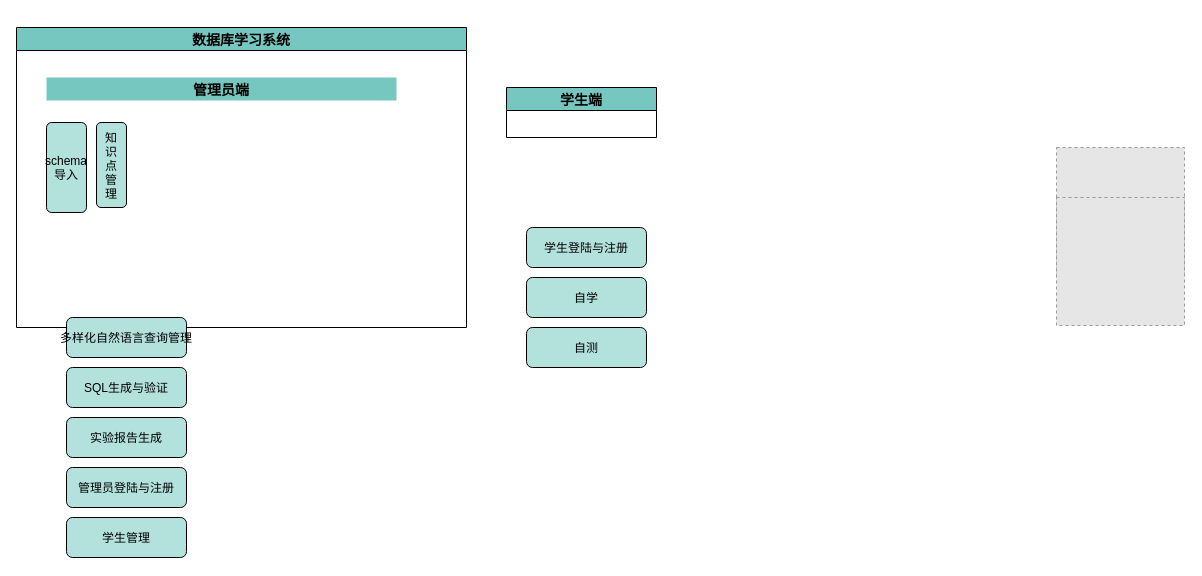
Before: draw/未命名绘图.drawio in White1943/sqlEduFB, a draw.io diagram. Source tidied: cells renumbered, new cells numbered last; positions are measured from the earlier drawing's top-left corner, leaving out a move shared by most shapes. Both pictures are drawn from the tidied source at 100%, with x=0, y=0 at pixel (16, 27). Pictures stored in the file or linked from it are replaced by grey dashed boxes.
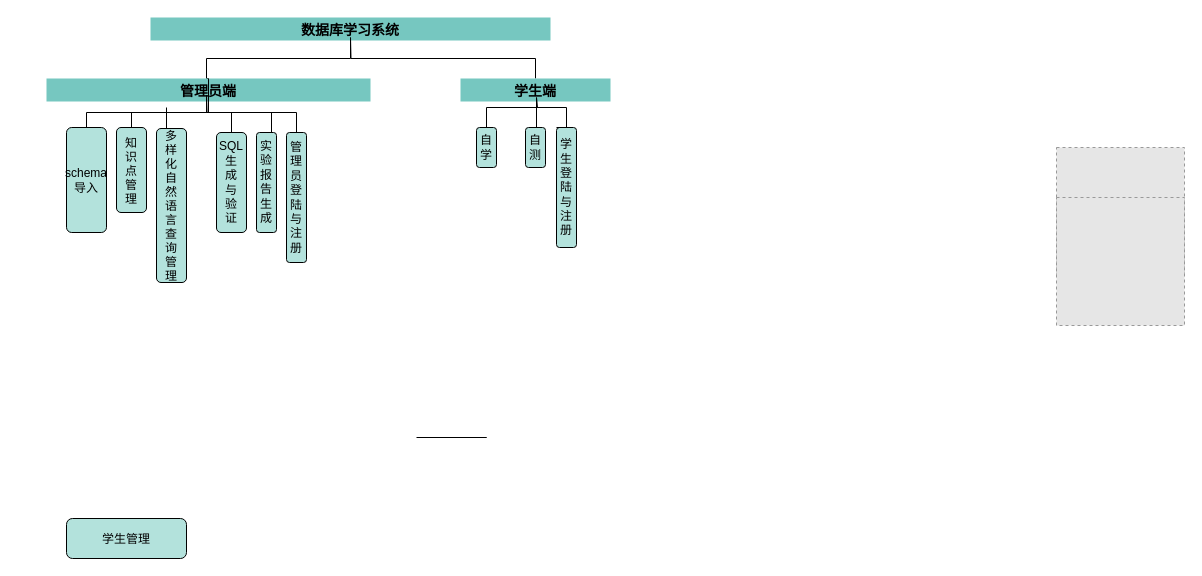
After the change.

Commit message:
更新未命名绘图.drawio

Change to the diagram source:
```diff
@@
-    <mxCell id="2" value="数据库学习系统" style="swimlane;fontSize=14;fillColor=#76c7c0;" parent="1" vertex="1">
-      <mxGeometry width="450" height="300" as="geometry" />
+    <mxCell id="2" value="数据库学习系统" style="swimlane;fontSize=14;fillColor=#76c7c0;strokeColor=none;" parent="1" vertex="1">
+      <mxGeometry x="134" y="-10" width="400" height="441" as="geometry" />
     </mxCell>
+    <mxCell id="17" style="edgeStyle=orthogonalEdgeStyle;rounded=0;jettySize=auto;html=1;exitX=0.5;exitY=0;exitDx=0;exitDy=0;endArrow=none;startFill=0;" parent="2" edge="1" source="3">
+      <mxGeometry relative="1" as="geometry">
+        <mxPoint x="200" y="20" as="targetPoint" />
+        <Array as="points">
+          <mxPoint x="56" y="61" />
+          <mxPoint x="56" y="41" />
+          <mxPoint x="200" y="41" />
+        </Array>
+      </mxGeometry>
+    </mxCell>
-    <mxCell id="3" value="管理员端" style="swimlane;fontSize=14;fillColor=#76c7c0;strokeColor=none;" parent="2" vertex="1">
-      <mxGeometry x="30" y="50" width="350" height="220" as="geometry" />
+    <mxCell id="3" value="管理员端" style="swimlane;fontSize=14;fillColor=#76c7c0;strokeColor=none;startSize=23;" parent="2" vertex="1">
+      <mxGeometry x="-104" y="61" width="324" height="380" as="geometry" />
     </mxCell>
+    <mxCell id="18" style="edgeStyle=orthogonalEdgeStyle;rounded=0;jettySize=auto;html=1;exitX=0.5;exitY=0;exitDx=0;exitDy=0;endArrow=none;endFill=1;startFill=0;" parent="3" edge="1" source="4">
+      <mxGeometry relative="1" as="geometry">
+        <mxPoint x="120" y="29" as="targetPoint" />
+      </mxGeometry>
+    </mxCell>
-    <mxCell id="4" value="多样化自然语言查询管理" style="rounded=1;fillColor=#b3e2dc;" parent="3" vertex="1">
-      <mxGeometry x="20" y="240" width="120" height="40" as="geometry" />
+    <mxCell id="4" value="多&#10;样&#10;化&#10;自&#10;然&#10;语&#10;言&#10;查&#10;询&#10;管&#10;理" style="rounded=1;fillColor=#b3e2dc;" parent="3" vertex="1">
+      <mxGeometry x="110" y="50" width="30" height="154" as="geometry" />
     </mxCell>
+    <mxCell id="19" style="edgeStyle=orthogonalEdgeStyle;rounded=0;jettySize=auto;html=1;exitX=0.5;exitY=0;exitDx=0;exitDy=0;endArrow=none;startFill=0;" parent="3" edge="1" source="5">
+      <mxGeometry relative="1" as="geometry">
+        <mxPoint x="160" y="16.5" as="targetPoint" />
+      </mxGeometry>
+    </mxCell>
-    <mxCell id="5" value="SQL生成与验证" style="rounded=1;fillColor=#b3e2dc;" parent="3" vertex="1">
-      <mxGeometry x="20" y="290" width="120" height="40" as="geometry" />
+    <mxCell id="5" value="SQL&#10;生&#10;成&#10;与&#10;验&#10;证" style="rounded=1;fillColor=#b3e2dc;labelPosition=center;verticalLabelPosition=middle;align=center;verticalAlign=middle;horizontal=1;whiteSpace=wrap;" parent="3" vertex="1">
+      <mxGeometry x="170" y="54" width="30" height="100" as="geometry" />
     </mxCell>
-    <mxCell id="6" value="实验报告生成" style="rounded=1;fillColor=#b3e2dc;" parent="3" vertex="1">
-      <mxGeometry x="20" y="340" width="120" height="40" as="geometry" />
+    <mxCell id="6" value="实&#10;验报告生成" style="rounded=1;fillColor=#b3e2dc;labelPosition=center;verticalLabelPosition=middle;align=center;verticalAlign=top;whiteSpace=wrap;textDirection=ltr;" parent="3" vertex="1">
+      <mxGeometry x="210" y="54" width="20" height="100" as="geometry" />
     </mxCell>
+    <mxCell id="8" value="学生管理" style="rounded=1;fillColor=#b3e2dc;" parent="3" vertex="1">
+      <mxGeometry x="20" y="440" width="120" height="40" as="geometry" />
+    </mxCell>
+    <mxCell id="20" style="rounded=0;jettySize=auto;html=1;exitX=0.5;exitY=0;exitDx=0;exitDy=0;startArrow=none;startFill=0;endArrow=none;edgeStyle=elbowEdgeStyle;elbow=vertical;curved=0;" parent="3" edge="1" source="9">
+      <mxGeometry relative="1" as="geometry">
+        <mxPoint x="160" y="19" as="targetPoint" />
+      </mxGeometry>
+    </mxCell>
+    <mxCell id="9" value="知&#10;识&#10;点&#10;管&#10;理" style="rounded=1;fillColor=#b3e2dc;" parent="3" vertex="1">
+      <mxGeometry x="70" y="49" width="30" height="85" as="geometry" />
+    </mxCell>
+    <mxCell id="21" style="edgeStyle=elbowEdgeStyle;rounded=0;jettySize=auto;html=1;exitX=0.5;exitY=1;exitDx=0;exitDy=0;endArrow=none;startFill=0;elbow=vertical;" parent="3" edge="1" source="10">
+      <mxGeometry relative="1" as="geometry">
+        <mxPoint x="160" y="19" as="targetPoint" />
+      </mxGeometry>
+    </mxCell>
+    <mxCell id="10" value="schema&#10;导入" style="rounded=1;fillColor=#b3e2dc;arcSize=13;direction=west;whiteSpace=wrap;" parent="3" vertex="1">
+      <mxGeometry x="20" y="49" width="40" height="105" as="geometry" />
+    </mxCell>
+    <mxCell id="22" style="edgeStyle=orthogonalEdgeStyle;rounded=0;jettySize=auto;html=1;exitX=0.75;exitY=0;exitDx=0;exitDy=0;entryX=0.494;entryY=0.05;entryDx=0;entryDy=0;entryPerimeter=0;endArrow=none;startFill=0;" parent="3" edge="1" source="6" target="3">
+      <mxGeometry relative="1" as="geometry" />
+    </mxCell>
+    <mxCell id="23" style="edgeStyle=orthogonalEdgeStyle;rounded=0;jettySize=auto;html=1;exitX=0.5;exitY=0;exitDx=0;exitDy=0;endArrow=none;startFill=0;" parent="3" edge="1" source="7" target="3">
+      <mxGeometry relative="1" as="geometry" />
+    </mxCell>
-    <mxCell id="7" value="管理员登陆与注册" style="rounded=1;fillColor=#b3e2dc;" parent="3" vertex="1">
-      <mxGeometry x="20" y="390" width="120" height="40" as="geometry" />
+    <mxCell id="7" value="管理员登陆与注册" style="rounded=1;fillColor=#b3e2dc;whiteSpace=wrap;" parent="3" vertex="1">
+      <mxGeometry x="240" y="54" width="20" height="130" as="geometry" />
     </mxCell>
-    <mxCell id="8" value="学生管理" style="rounded=1;fillColor=#b3e2dc;" parent="3" vertex="1">
-      <mxGeometry x="20" y="440" width="120" height="40" as="geometry" />
-    </mxCell>
-    <mxCell id="9" value="知&#10;识&#10;点&#10;管&#10;理" style="rounded=1;fillColor=#b3e2dc;" parent="3" vertex="1">
-      <mxGeometry x="50" y="45" width="30" height="85" as="geometry" />
-    </mxCell>
-    <mxCell id="10" value="schema&#10;导入" style="rounded=1;fillColor=#b3e2dc;arcSize=13;direction=west;" parent="3" vertex="1">
-      <mxGeometry y="45" width="40" height="90" as="geometry" />
-    </mxCell>
+    <mxCell id="24" style="edgeStyle=orthogonalEdgeStyle;rounded=0;jettySize=auto;html=1;exitX=0.5;exitY=0;exitDx=0;exitDy=0;endArrow=none;startFill=0;" parent="2" edge="1" source="11">
+      <mxGeometry relative="1" as="geometry">
+        <mxPoint x="200" y="20" as="targetPoint" />
+      </mxGeometry>
+    </mxCell>
-    <mxCell id="11" value="学生端" style="swimlane;fontSize=14;fillColor=#76c7c0;" parent="1" vertex="1">
-      <mxGeometry x="490" y="60" width="150" height="50" as="geometry" />
+    <mxCell id="11" value="学生端" style="swimlane;fontSize=14;fillColor=#76c7c0;strokeColor=none;" parent="2" vertex="1">
+      <mxGeometry x="310" y="61" width="150" height="280" as="geometry" />
     </mxCell>
-    <mxCell id="12" value="学生登陆与注册" style="rounded=1;fillColor=#b3e2dc;" parent="11" vertex="1">
-      <mxGeometry x="20" y="140" width="120" height="40" as="geometry" />
+    <mxCell id="12" value="学生登陆与注册" style="rounded=1;fillColor=#b3e2dc;whiteSpace=wrap;" parent="11" vertex="1">
+      <mxGeometry x="96" y="49" width="20" height="120" as="geometry" />
     </mxCell>
+    <mxCell id="25" style="edgeStyle=orthogonalEdgeStyle;rounded=0;jettySize=auto;html=1;exitX=0.5;exitY=0;exitDx=0;exitDy=0;endArrow=none;startFill=0;" parent="11" edge="1" source="13">
+      <mxGeometry relative="1" as="geometry">
+        <mxPoint x="76" y="19" as="targetPoint" />
+        <Array as="points">
+          <mxPoint x="26" y="29" />
+          <mxPoint x="77" y="29" />
+        </Array>
+      </mxGeometry>
+    </mxCell>
-    <mxCell id="13" value="自学" style="rounded=1;fillColor=#b3e2dc;" parent="11" vertex="1">
-      <mxGeometry x="20" y="190" width="120" height="40" as="geometry" />
+    <mxCell id="13" value="自学" style="rounded=1;fillColor=#b3e2dc;whiteSpace=wrap;" parent="11" vertex="1">
+      <mxGeometry x="16" y="49" width="20" height="40" as="geometry" />
     </mxCell>
+    <mxCell id="26" style="edgeStyle=orthogonalEdgeStyle;rounded=0;jettySize=auto;html=1;exitX=0.5;exitY=0;exitDx=0;exitDy=0;endArrow=none;startFill=0;" parent="11" edge="1" source="14">
+      <mxGeometry relative="1" as="geometry">
+        <mxPoint x="76" y="19" as="targetPoint" />
+      </mxGeometry>
+    </mxCell>
-    <mxCell id="14" value="自测" style="rounded=1;fillColor=#b3e2dc;" parent="11" vertex="1">
-      <mxGeometry x="20" y="240" width="120" height="40" as="geometry" />
+    <mxCell id="14" value="自测" style="rounded=1;fillColor=#b3e2dc;whiteSpace=wrap;" parent="11" vertex="1">
+      <mxGeometry x="65" y="49" width="20" height="40" as="geometry" />
     </mxCell>
+    <mxCell id="27" style="edgeStyle=orthogonalEdgeStyle;rounded=0;jettySize=auto;html=1;exitX=0;exitY=0;exitDx=0;exitDy=0;endArrow=none;startFill=0;" parent="11" edge="1" source="12">
+      <mxGeometry relative="1" as="geometry">
+        <mxPoint x="76" y="29" as="targetPoint" />
+        <Array as="points">
+          <mxPoint x="106" y="29" />
+        </Array>
+      </mxGeometry>
+    </mxCell>
+    <mxCell id="28" style="edgeStyle=none;orthogonalLoop=1;jettySize=auto;html=1;rounded=0;endArrow=none;startFill=0;" parent="2" edge="1">
+      <mxGeometry relative="1" as="geometry">
+        <mxPoint x="286" y="420" as="sourcePoint" />
+        <mxPoint x="266" y="420" as="targetPoint" />
+        <Array as="points">
+          <mxPoint x="336" y="420" />
+        </Array>
+      </mxGeometry>
+    </mxCell>
```
